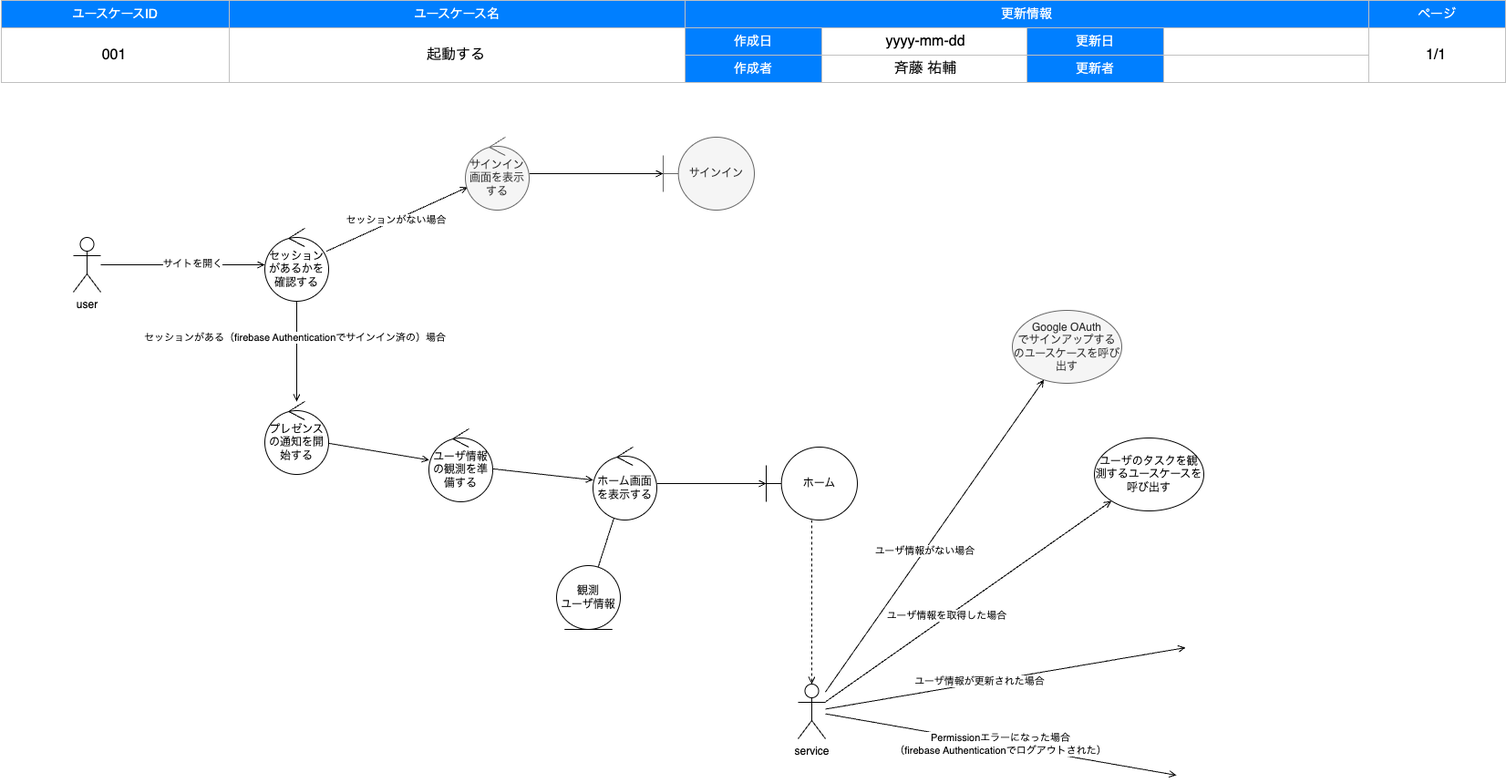
uskithub/CABoilerplate keeps this draw.io diagram as documents/application/001_boot.drawio.png. Above is the earlier version. Source tidied: cells renumbered, new cells last; positions are measured from the earlier drawing's top-left corner, leaving out a move shared by most shapes.
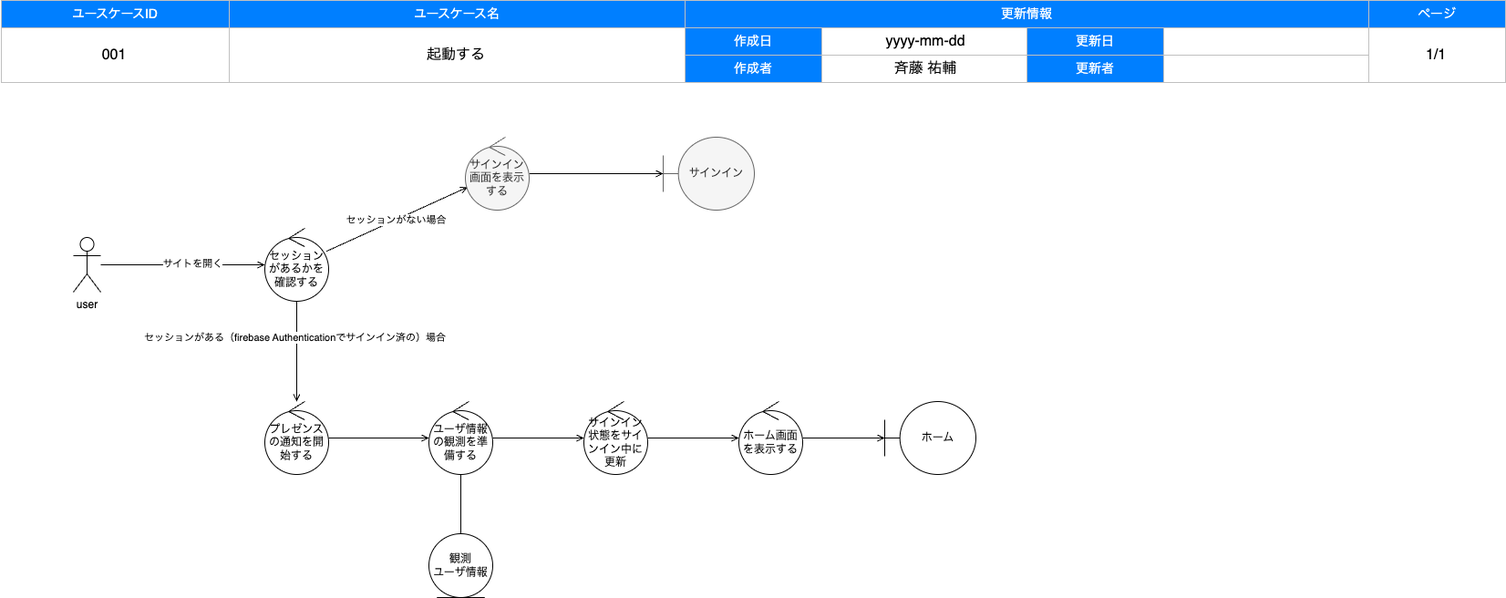
The same file after the commit.

The edit, as a diff of the source:
```diff
@@ -98,75 +98,44 @@
     <mxCell id="33" style="edgeStyle=none;html=1;endArrow=open;endFill=0;" parent="24" edge="1" source="35" target="37">
       <mxGeometry relative="1" as="geometry" />
     </mxCell>
-    <mxCell id="34" style="edgeStyle=none;html=1;endArrow=none;endFill=0;" parent="24" edge="1" source="35" target="42">
+    <mxCell id="34" style="edgeStyle=none;html=1;endArrow=none;endFill=0;" parent="24" edge="1" source="45" target="42">
       <mxGeometry relative="1" as="geometry" />
     </mxCell>
     <mxCell id="35" value="ホーム画面を表示する" style="ellipse;shape=umlControl;whiteSpace=wrap;html=1;" parent="24" vertex="1">
-      <mxGeometry x="650" y="490" width="70" height="80" as="geometry" />
+      <mxGeometry x="810" y="440" width="70" height="80" as="geometry" />
     </mxCell>
     <mxCell id="36" style="edgeStyle=none;html=1;endArrow=open;endFill=0;startArrow=none;" parent="24" edge="1" source="43" target="38">
       <mxGeometry relative="1" as="geometry" />
     </mxCell>
     <mxCell id="37" value="ホーム" style="shape=umlBoundary;whiteSpace=wrap;html=1;" parent="24" vertex="1">
-      <mxGeometry x="840" y="490" width="100" height="80" as="geometry" />
+      <mxGeometry x="970" y="440" width="100" height="80" as="geometry" />
     </mxCell>
     <mxCell id="38" value="サインイン" style="shape=umlBoundary;whiteSpace=wrap;html=1;fillColor=#f5f5f5;fontColor=#333333;strokeColor=#666666;" parent="24" vertex="1">
       <mxGeometry x="727" y="150" width="100" height="80" as="geometry" />
     </mxCell>
-    <mxCell id="39" style="edgeStyle=none;html=1;endArrow=open;endFill=0;" parent="24" edge="1" source="54" target="41">
-      <mxGeometry relative="1" as="geometry" />
-    </mxCell>
-    <mxCell id="40" value="ユーザ情報を取得した場合" style="edgeLabel;html=1;align=center;verticalAlign=middle;" parent="39" vertex="1">
-      <mxGeometry x="-0.15" y="2" relative="1" as="geometry" />
-    </mxCell>
-    <mxCell id="41" value="ユーザのタスクを観測するユースケースを呼び出す" style="ellipse;whiteSpace=wrap;html=1;" parent="24" vertex="1">
-      <mxGeometry x="1200" y="480" width="120" height="80" as="geometry" />
-    </mxCell>
     <mxCell id="42" value="観測&lt;br&gt;ユーザ情報" style="ellipse;shape=umlEntity;whiteSpace=wrap;html=1;" parent="24" vertex="1">
-      <mxGeometry x="610" y="620" width="70" height="70" as="geometry" />
+      <mxGeometry x="470" y="585" width="70" height="70" as="geometry" />
     </mxCell>
     <mxCell id="43" value="サインイン画面を表示する" style="ellipse;shape=umlControl;whiteSpace=wrap;html=1;fillColor=#f5f5f5;strokeColor=#666666;fontColor=#333333;" parent="24" vertex="1">
       <mxGeometry x="510" y="150" width="70" height="80" as="geometry" />
     </mxCell>
-    <mxCell id="44" value="Google OAuth&lt;br&gt;でサインアップするのユースケースを呼び出す" style="ellipse;whiteSpace=wrap;html=1;fillColor=#f5f5f5;fontColor=#333333;strokeColor=#666666;" parent="24" vertex="1">
-      <mxGeometry x="1110" y="340" width="120" height="80" as="geometry" />
-    </mxCell>
     <mxCell id="45" value="ユーザ情報の観測を準備する" style="ellipse;shape=umlControl;whiteSpace=wrap;html=1;" parent="24" vertex="1">
-      <mxGeometry x="470" y="470" width="70" height="80" as="geometry" />
+      <mxGeometry x="470" y="440" width="70" height="80" as="geometry" />
     </mxCell>
-    <mxCell id="46" style="edgeStyle=none;html=1;endArrow=open;endFill=0;startArrow=none;" parent="24" edge="1" source="45" target="35">
+    <mxCell id="46" style="edgeStyle=none;html=1;endArrow=open;endFill=0;startArrow=none;" parent="24" edge="1" source="45" target="55">
       <mxGeometry relative="1" as="geometry" />
     </mxCell>
-    <mxCell id="47" style="edgeStyle=none;html=1;endArrow=open;endFill=0;startArrow=none;" parent="24" edge="1" source="54" target="44">
-      <mxGeometry relative="1" as="geometry" />
-    </mxCell>
-    <mxCell id="48" value="ユーザ情報がない場合" style="edgeLabel;html=1;align=center;verticalAlign=middle;" parent="47" vertex="1">
-      <mxGeometry x="-0.1" relative="1" as="geometry" />
-    </mxCell>
     <mxCell id="49" value="プレゼンスの通知を開始する" style="ellipse;shape=umlControl;whiteSpace=wrap;html=1;" parent="24" vertex="1">
       <mxGeometry x="290" y="440" width="70" height="80" as="geometry" />
     </mxCell>
     <mxCell id="50" style="edgeStyle=none;html=1;endArrow=open;endFill=0;startArrow=none;" parent="24" edge="1" source="49" target="45">
       <mxGeometry relative="1" as="geometry" />
     </mxCell>
-    <mxCell id="51" value="Permissionエラーになった場合&lt;br&gt;（firebase Authenticationでログアウトされた）" style="edgeStyle=none;html=1;endArrow=open;endFill=0;" parent="24" edge="1" source="54">
-      <mxGeometry relative="1" as="geometry">
-        <mxPoint x="1290" y="850" as="targetPoint" />
-      </mxGeometry>
-    </mxCell>
-    <mxCell id="52" style="edgeStyle=none;html=1;endArrow=open;endFill=0;" parent="24" edge="1" source="54">
-      <mxGeometry relative="1" as="geometry">
-        <mxPoint x="1300" y="710" as="targetPoint" />
-      </mxGeometry>
-    </mxCell>
-    <mxCell id="53" value="ユーザ情報が更新された場合" style="edgeLabel;html=1;align=center;verticalAlign=middle;" parent="52" vertex="1">
-      <mxGeometry x="-0.15" y="2" relative="1" as="geometry" />
-    </mxCell>
-    <mxCell id="54" value="service" style="shape=umlActor;verticalLabelPosition=bottom;verticalAlign=top;html=1;" parent="24" vertex="1">
-      <mxGeometry x="875" y="750" width="30" height="60" as="geometry" />
-    </mxCell>
+    <mxCell id="56" style="edgeStyle=none;html=1;endArrow=open;endFill=0;" parent="24" edge="1" source="55" target="35">
+      <mxGeometry relative="1" as="geometry" />
+    </mxCell>
-    <mxCell id="55" style="edgeStyle=none;html=1;endArrow=open;endFill=0;startArrow=none;dashed=1;" parent="24" edge="1" source="37" target="54">
-      <mxGeometry relative="1" as="geometry" />
+    <mxCell id="55" value="サインイン状態をサインイン中に更新" style="ellipse;shape=umlControl;whiteSpace=wrap;html=1;" parent="24" vertex="1">
+      <mxGeometry x="640" y="440" width="70" height="80" as="geometry" />
     </mxCell>
   </root>
 </mxGraphModel>
```
